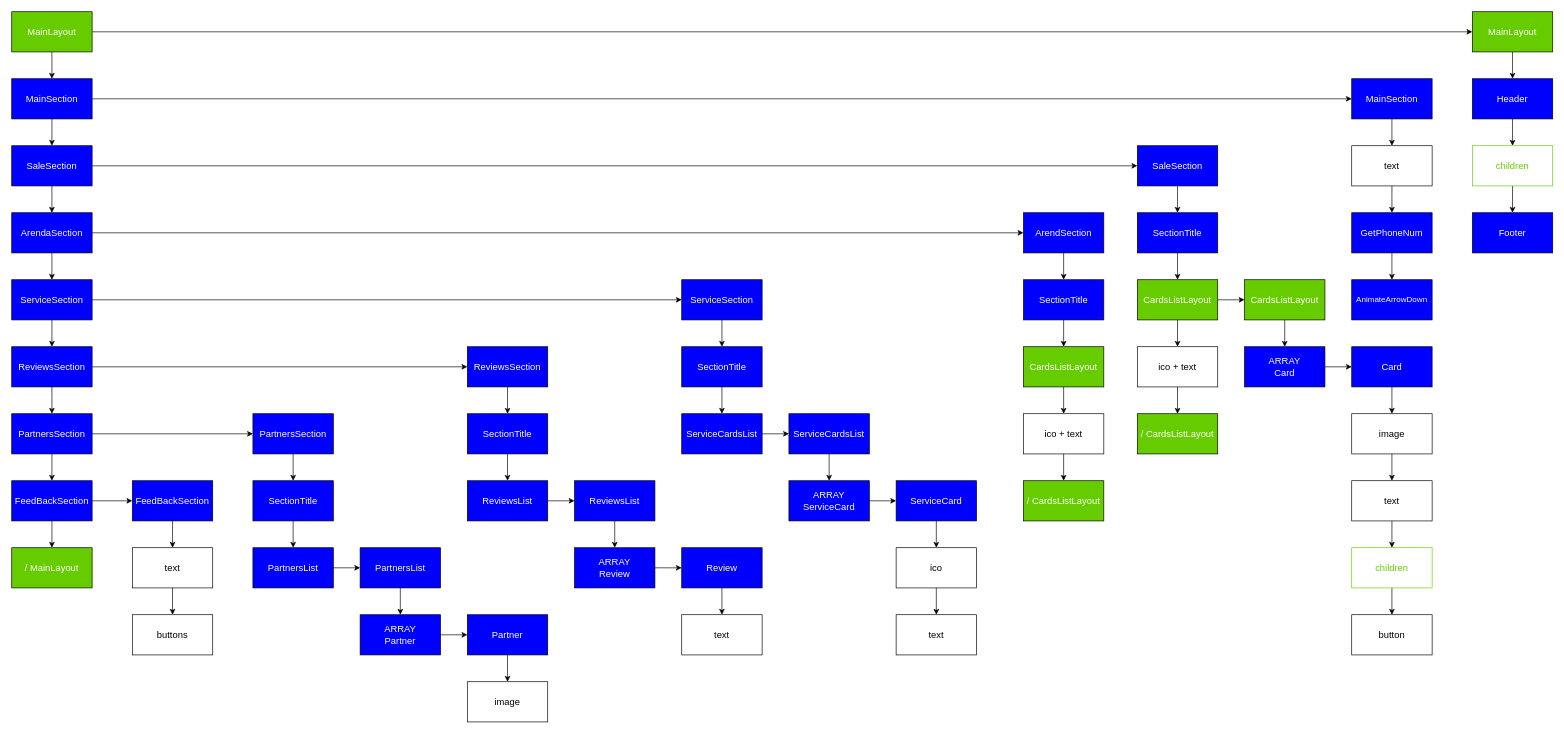
alexsmith-proff/DIVA keeps this draw.io diagram as diagram.drawio. Above is the earlier version. Source tidied: cells renumbered, new cells numbered last; positions are measured from the earlier drawing's top-left corner, leaving out a move shared by most shapes. Both pictures are drawn from the tidied source at 67%, with x=0, y=0 at pixel (11, 11).
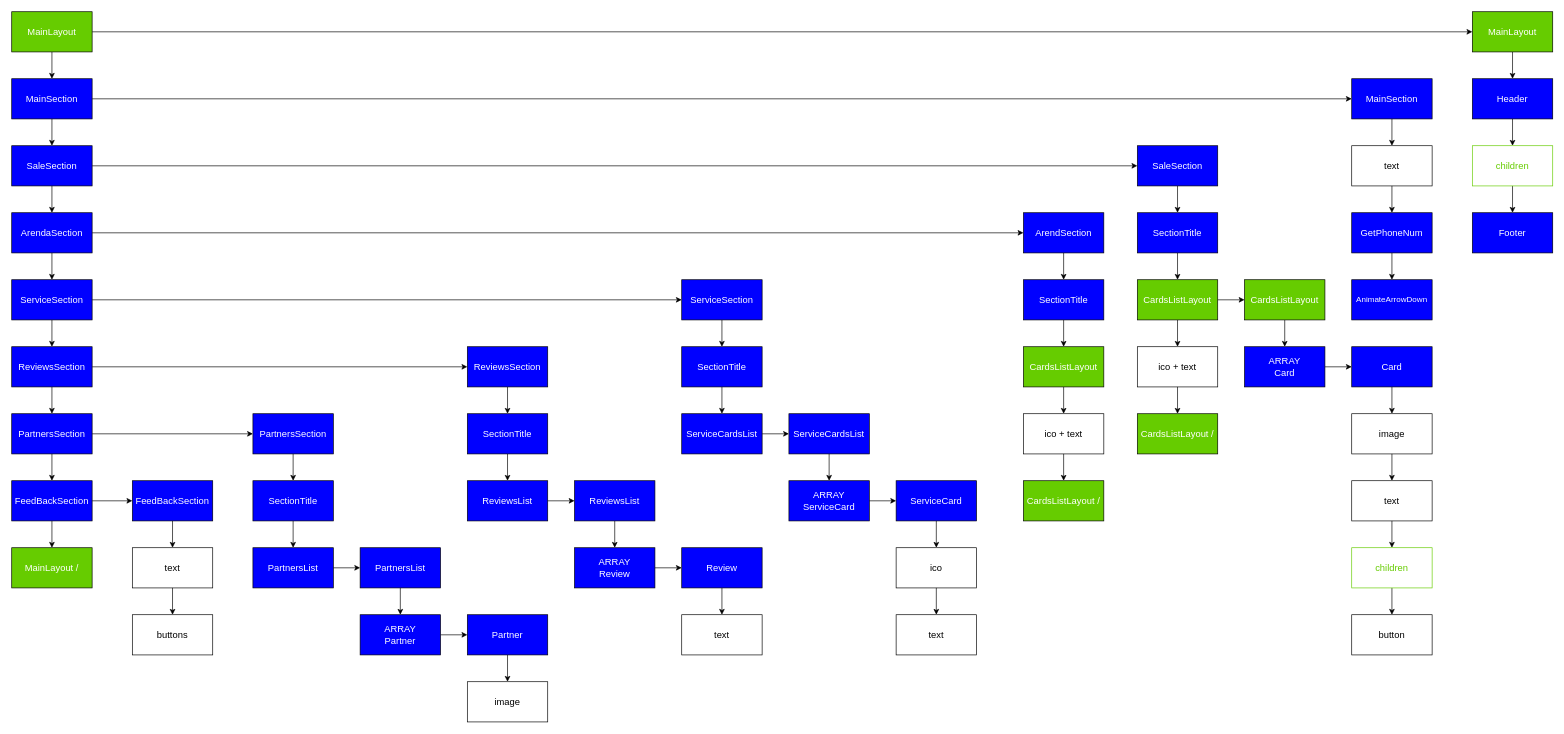
The same diagram, later.

Change to the diagram source:
```diff
@@
-    <mxCell id="25" value="&lt;span style=&quot;font-size: 14px;&quot;&gt;&lt;font color=&quot;#ffffff&quot;&gt;/ MainLayout&lt;/font&gt;&lt;/span&gt;" style="rounded=0;whiteSpace=wrap;html=1;fillColor=#66CC00;" parent="1" vertex="1">
+    <mxCell id="25" value="&lt;span style=&quot;font-size: 14px;&quot;&gt;&lt;font color=&quot;#ffffff&quot;&gt;MainLayout /&lt;/font&gt;&lt;/span&gt;" style="rounded=0;whiteSpace=wrap;html=1;fillColor=#66CC00;" parent="1" vertex="1">
       <mxGeometry y="800" width="120" height="60" as="geometry" />
     </mxCell>
@@
-    <mxCell id="47" value="&lt;span style=&quot;font-size: 14px;&quot;&gt;&lt;font color=&quot;#ffffff&quot;&gt;/ CardsListLayout&lt;/font&gt;&lt;/span&gt;" style="rounded=0;whiteSpace=wrap;html=1;fillColor=#66CC00;" parent="1" vertex="1">
+    <mxCell id="47" value="&lt;span style=&quot;font-size: 14px;&quot;&gt;&lt;font color=&quot;#ffffff&quot;&gt;CardsListLayout /&lt;/font&gt;&lt;/span&gt;" style="rounded=0;whiteSpace=wrap;html=1;fillColor=#66CC00;" parent="1" vertex="1">
       <mxGeometry x="1680" y="600" width="120" height="60" as="geometry" />
     </mxCell>
@@
-    <mxCell id="69" value="&lt;span style=&quot;font-size: 14px;&quot;&gt;&lt;font color=&quot;#ffffff&quot;&gt;/ CardsListLayout&lt;/font&gt;&lt;/span&gt;" style="rounded=0;whiteSpace=wrap;html=1;fillColor=#66CC00;" parent="1" vertex="1">
+    <mxCell id="69" value="&lt;span style=&quot;font-size: 14px;&quot;&gt;&lt;font color=&quot;#ffffff&quot;&gt;CardsListLayout /&lt;/font&gt;&lt;/span&gt;" style="rounded=0;whiteSpace=wrap;html=1;fillColor=#66CC00;" parent="1" vertex="1">
       <mxGeometry x="1510" y="700" width="120" height="60" as="geometry" />
     </mxCell>
```
